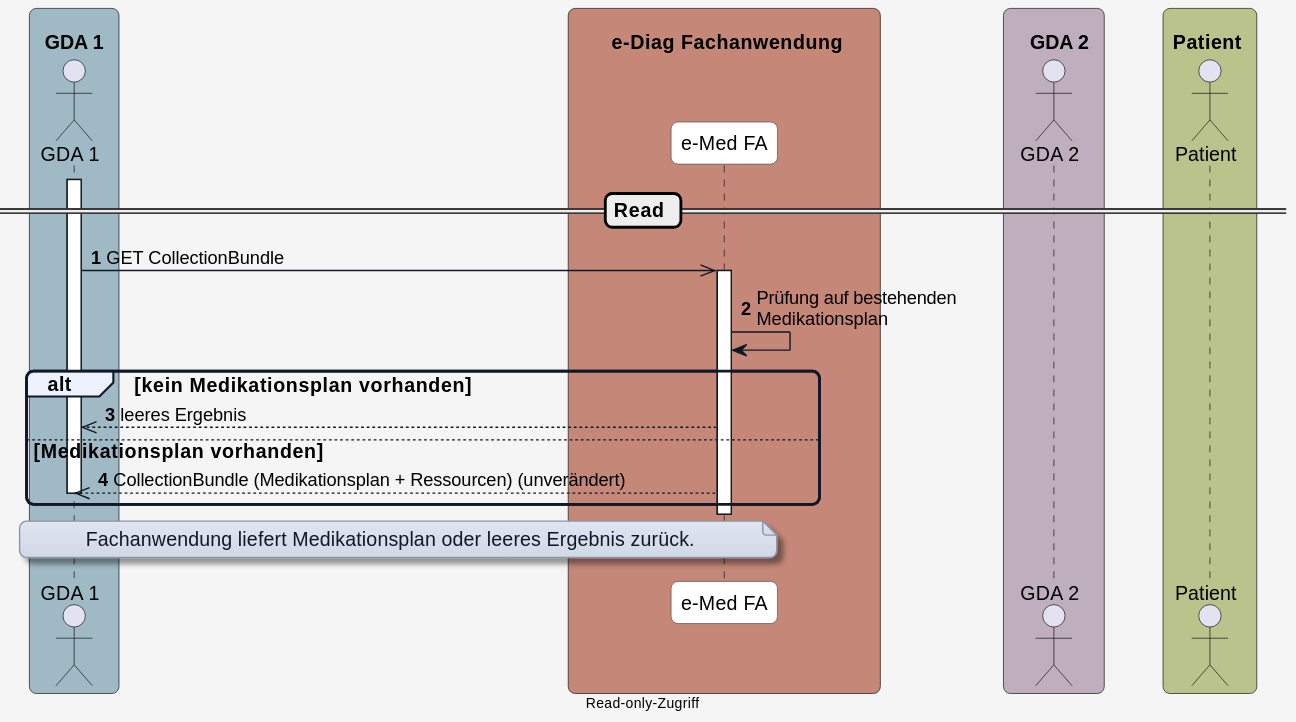
Before: input/images/plantuml/diagram_read.svg, a diagram exported from PlantUML (HL7Austria/ELGA-e-Diagnose-R4).
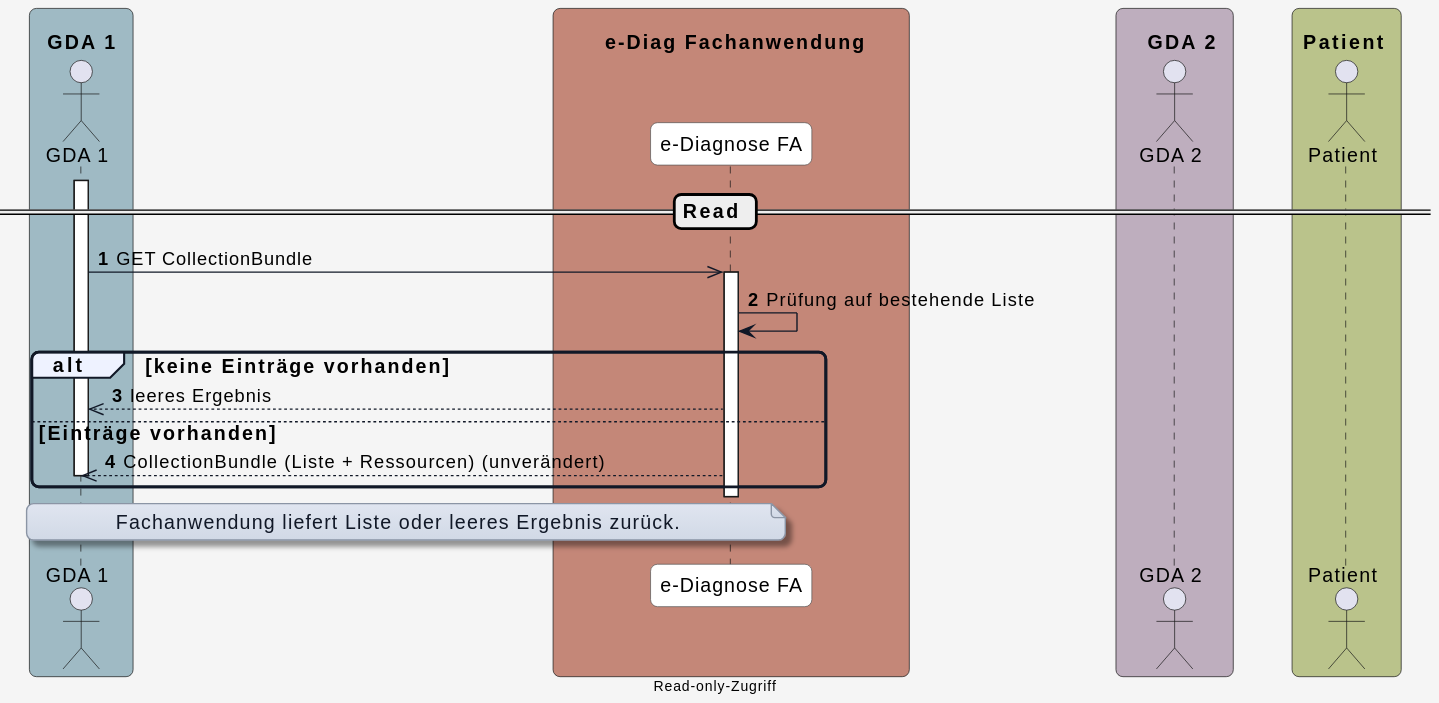
Above is the later version.

Commit message:
update diagram read

Change to the diagram source:
```diff
@@ -43,7 +43,7 @@
 end box
 
 box "\n       e-Diag Fachanwendung      " #C48778
-  participant eDiag_FA as "e-Med FA"
+  participant eDiag_FA as "e-Diagnose FA"
 end box
 
 box "\n    GDA 2  " #beaebe
@@ -62,18 +62,18 @@
 GDA_1 ->> eDiag_FA: GET CollectionBundle
 
 activate eDiag_FA
-eDiag_FA -> eDiag_FA: Prüfung auf bestehenden\nMedikationsplan
+eDiag_FA -> eDiag_FA: Prüfung auf bestehende Liste
 
-alt kein Medikationsplan vorhanden
+alt keine Einträge vorhanden
   eDiag_FA -->> GDA_1: leeres Ergebnis
-else Medikationsplan vorhanden
-  eDiag_FA -->> GDA_1: CollectionBundle (Medikationsplan + Ressourcen) (unverändert)
+else Einträge vorhanden
+  eDiag_FA -->> GDA_1: CollectionBundle (Liste + Ressourcen) (unverändert)
   deactivate GDA_1
 end
 deactivate eDiag_FA
 
 note over GDA_1, eDiag_FA
-Fachanwendung liefert Medikationsplan oder leeres Ergebnis zurück.
+Fachanwendung liefert Liste oder leeres Ergebnis zurück.
 end note
 
 center footer Read-only-Zugriff
```
